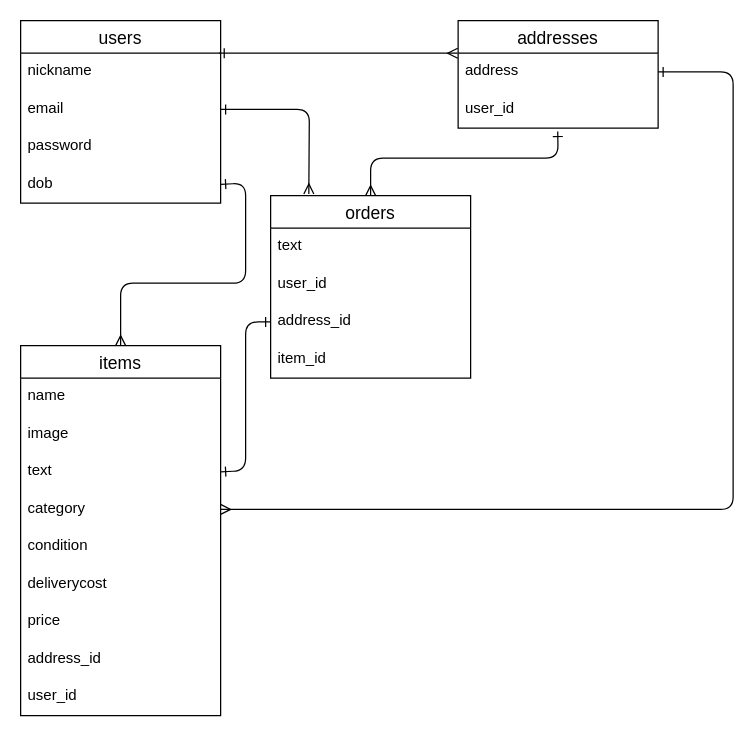
komachihashimoto/furima-_39946 keeps this draw.io diagram as furima.dio. Above is the earlier version. Source tidied: cells renumbered, new cells numbered last; positions are measured from the earlier drawing's top-left corner, leaving out a move shared by most shapes. Both pictures are drawn from the tidied source at 125%, with x=0, y=0 at pixel (20, 20).
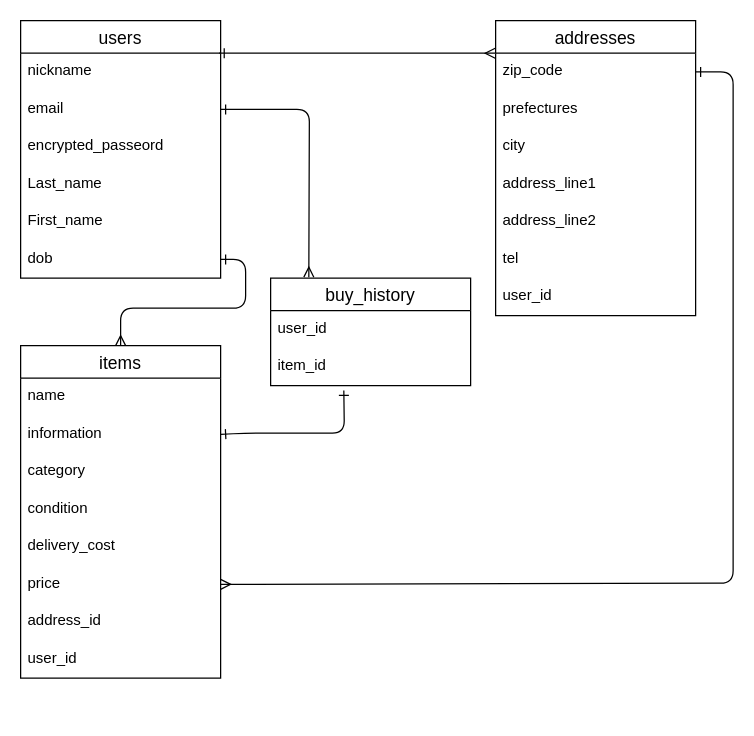
After the change.

Commit message (it also covers changes not shown here):
db設計の修正1

Diff of the diagram source:
```diff
@@
     <mxCell id="2" value="users" style="swimlane;fontStyle=0;horizontal=1;startSize=26;align=center;fontSize=14;" parent="1" vertex="1">
-      <mxGeometry width="160" height="146" as="geometry" />
+      <mxGeometry width="160" height="206" as="geometry" />
     </mxCell>
@@
-    <mxCell id="5" value="password" style="text;strokeColor=none;fillColor=none;spacingLeft=4;spacingRight=4;overflow=hidden;fontSize=12;" parent="2" vertex="1">
+    <mxCell id="5" value="encrypted_passeord" style="text;strokeColor=none;fillColor=none;spacingLeft=4;spacingRight=4;overflow=hidden;fontSize=12;" parent="2" vertex="1">
       <mxGeometry y="86" width="160" height="30" as="geometry" />
     </mxCell>
+    <mxCell id="31" value="Last_name" style="text;strokeColor=none;fillColor=none;spacingLeft=4;spacingRight=4;overflow=hidden;fontSize=12;" parent="2" vertex="1">
+      <mxGeometry y="116" width="160" height="30" as="geometry" />
+    </mxCell>
+    <mxCell id="32" value="First_name" style="text;strokeColor=none;fillColor=none;spacingLeft=4;spacingRight=4;overflow=hidden;fontSize=12;" parent="2" vertex="1">
+      <mxGeometry y="146" width="160" height="30" as="geometry" />
+    </mxCell>
     <mxCell id="6" value="dob" style="text;strokeColor=none;fillColor=none;spacingLeft=4;spacingRight=4;overflow=hidden;points=[[0,0.5],[1,0.5]];portConstraint=eastwest;fontSize=12;" parent="2" vertex="1">
-      <mxGeometry y="116" width="160" height="30" as="geometry" />
+      <mxGeometry y="176" width="160" height="30" as="geometry" />
     </mxCell>
     <mxCell id="7" value="items" style="swimlane;fontStyle=0;horizontal=1;startSize=26;align=center;fontSize=14;" parent="1" vertex="1">
-      <mxGeometry y="260" width="160" height="296" as="geometry" />
+      <mxGeometry y="260" width="160" height="266" as="geometry" />
     </mxCell>
@@
-    <mxCell id="9" value="image" style="text;strokeColor=none;fillColor=none;spacingLeft=4;spacingRight=4;overflow=hidden;fontSize=12;" parent="7" vertex="1">
-      <mxGeometry y="56" width="160" height="30" as="geometry" />
-    </mxCell>
-    <mxCell id="10" value="text" style="text;strokeColor=none;fillColor=none;spacingLeft=4;spacingRight=4;overflow=hidden;points=[[0,0.5],[1,0.5]];portConstraint=eastwest;fontSize=12;" parent="7" vertex="1">
-      <mxGeometry y="86" width="160" height="30" as="geometry" />
+    <mxCell id="10" value="information" style="text;strokeColor=none;fillColor=none;spacingLeft=4;spacingRight=4;overflow=hidden;points=[[0,0.5],[1,0.5]];portConstraint=eastwest;fontSize=12;" parent="7" vertex="1">
+      <mxGeometry y="56" width="160" height="30" as="geometry" />
     </mxCell>
     <mxCell id="11" value="category" style="text;strokeColor=none;fillColor=none;spacingLeft=4;spacingRight=4;overflow=hidden;points=[[0,0.5],[1,0.5]];portConstraint=eastwest;fontSize=12;" parent="7" vertex="1">
-      <mxGeometry y="116" width="160" height="30" as="geometry" />
+      <mxGeometry y="86" width="160" height="30" as="geometry" />
     </mxCell>
     <mxCell id="12" value="condition" style="text;strokeColor=none;fillColor=none;spacingLeft=4;spacingRight=4;overflow=hidden;fontSize=12;" parent="7" vertex="1">
-      <mxGeometry y="146" width="160" height="30" as="geometry" />
+      <mxGeometry y="116" width="160" height="30" as="geometry" />
     </mxCell>
-    <mxCell id="13" value="deliverycost" style="text;strokeColor=none;fillColor=none;spacingLeft=4;spacingRight=4;overflow=hidden;fontSize=12;" parent="7" vertex="1">
-      <mxGeometry y="176" width="160" height="30" as="geometry" />
+    <mxCell id="13" value="delivery_cost" style="text;strokeColor=none;fillColor=none;spacingLeft=4;spacingRight=4;overflow=hidden;fontSize=12;" parent="7" vertex="1">
+      <mxGeometry y="146" width="160" height="30" as="geometry" />
     </mxCell>
     <mxCell id="14" value="price" style="text;strokeColor=none;fillColor=none;spacingLeft=4;spacingRight=4;overflow=hidden;points=[[0,0.5],[1,0.5]];portConstraint=eastwest;fontSize=12;" parent="7" vertex="1">
-      <mxGeometry y="206" width="160" height="30" as="geometry" />
+      <mxGeometry y="176" width="160" height="30" as="geometry" />
     </mxCell>
     <mxCell id="15" value="address_id" style="text;strokeColor=none;fillColor=none;spacingLeft=4;spacingRight=4;overflow=hidden;fontSize=12;" parent="7" vertex="1">
-      <mxGeometry y="236" width="160" height="30" as="geometry" />
+      <mxGeometry y="206" width="160" height="30" as="geometry" />
     </mxCell>
     <mxCell id="16" value="user_id" style="text;strokeColor=none;fillColor=none;spacingLeft=4;spacingRight=4;overflow=hidden;fontSize=12;" parent="7" vertex="1">
-      <mxGeometry y="266" width="160" height="30" as="geometry" />
+      <mxGeometry y="236" width="160" height="30" as="geometry" />
     </mxCell>
-    <mxCell id="17" value="orders" style="swimlane;fontStyle=0;horizontal=1;startSize=26;align=center;fontSize=14;" parent="1" vertex="1">
-      <mxGeometry x="200" y="140" width="160" height="146" as="geometry" />
+    <mxCell id="17" value="buy_history" style="swimlane;fontStyle=0;horizontal=1;startSize=26;align=center;fontSize=14;" parent="1" vertex="1">
+      <mxGeometry x="200" y="206" width="160" height="86" as="geometry" />
     </mxCell>
-    <mxCell id="18" value="text" style="text;strokeColor=none;fillColor=none;spacingLeft=4;spacingRight=4;overflow=hidden;fontSize=12;" parent="17" vertex="1">
-      <mxGeometry y="26" width="160" height="30" as="geometry" />
-    </mxCell>
     <mxCell id="19" value="user_id" style="text;strokeColor=none;fillColor=none;spacingLeft=4;spacingRight=4;overflow=hidden;fontSize=12;" parent="17" vertex="1">
-      <mxGeometry y="56" width="160" height="30" as="geometry" />
+      <mxGeometry y="26" width="160" height="30" as="geometry" />
     </mxCell>
-    <mxCell id="20" value="address_id" style="text;strokeColor=none;fillColor=none;spacingLeft=4;spacingRight=4;overflow=hidden;points=[[0,0.5],[1,0.5]];portConstraint=eastwest;fontSize=12;" parent="17" vertex="1">
-      <mxGeometry y="86" width="160" height="30" as="geometry" />
-    </mxCell>
     <mxCell id="21" value="item_id" style="text;strokeColor=none;fillColor=none;spacingLeft=4;spacingRight=4;overflow=hidden;points=[[0,0.5],[1,0.5]];portConstraint=eastwest;fontSize=12;" parent="17" vertex="1">
-      <mxGeometry y="116" width="160" height="30" as="geometry" />
+      <mxGeometry y="56" width="160" height="30" as="geometry" />
     </mxCell>
     <mxCell id="22" value="addresses" style="swimlane;fontStyle=0;horizontal=1;startSize=26;align=center;fontSize=14;" parent="1" vertex="1">
-      <mxGeometry x="350" width="160" height="86" as="geometry" />
+      <mxGeometry x="380" width="160" height="236" as="geometry" />
     </mxCell>
-    <mxCell id="23" value="address" style="text;strokeColor=none;fillColor=none;spacingLeft=4;spacingRight=4;overflow=hidden;points=[[0,0.5],[1,0.5]];portConstraint=eastwest;fontSize=12;" parent="22" vertex="1">
+    <mxCell id="23" value="zip_code" style="text;strokeColor=none;fillColor=none;spacingLeft=4;spacingRight=4;overflow=hidden;points=[[0,0.5],[1,0.5]];portConstraint=eastwest;fontSize=12;" parent="22" vertex="1">
       <mxGeometry y="26" width="160" height="30" as="geometry" />
     </mxCell>
+    <mxCell id="33" value="prefectures" style="text;strokeColor=none;fillColor=none;spacingLeft=4;spacingRight=4;overflow=hidden;fontSize=12;" parent="22" vertex="1">
+      <mxGeometry y="56" width="160" height="30" as="geometry" />
+    </mxCell>
+    <mxCell id="34" value="city" style="text;strokeColor=none;fillColor=none;spacingLeft=4;spacingRight=4;overflow=hidden;fontSize=12;" parent="22" vertex="1">
+      <mxGeometry y="86" width="160" height="30" as="geometry" />
+    </mxCell>
+    <mxCell id="35" value="address_line1" style="text;strokeColor=none;fillColor=none;spacingLeft=4;spacingRight=4;overflow=hidden;fontSize=12;" parent="22" vertex="1">
+      <mxGeometry y="116" width="160" height="30" as="geometry" />
+    </mxCell>
+    <mxCell id="36" value="address_line2" style="text;strokeColor=none;fillColor=none;spacingLeft=4;spacingRight=4;overflow=hidden;fontSize=12;" parent="22" vertex="1">
+      <mxGeometry y="146" width="160" height="30" as="geometry" />
+    </mxCell>
+    <mxCell id="37" value="tel" style="text;strokeColor=none;fillColor=none;spacingLeft=4;spacingRight=4;overflow=hidden;fontSize=12;" parent="22" vertex="1">
+      <mxGeometry y="176" width="160" height="30" as="geometry" />
+    </mxCell>
     <mxCell id="24" value="user_id" style="text;strokeColor=none;fillColor=none;spacingLeft=4;spacingRight=4;overflow=hidden;points=[[0,0.5],[1,0.5]];portConstraint=eastwest;fontSize=12;" parent="22" vertex="1">
-      <mxGeometry y="56" width="160" height="30" as="geometry" />
+      <mxGeometry y="206" width="160" height="30" as="geometry" />
     </mxCell>
@@
-    <mxCell id="26" style="edgeStyle=none;html=1;exitX=1;exitY=0.5;exitDx=0;exitDy=0;startArrow=ERone;startFill=0;endArrow=ERone;endFill=0;entryX=0;entryY=0.5;entryDx=0;entryDy=0;" parent="1" edge="1" source="10" target="20">
+    <mxCell id="26" style="edgeStyle=none;html=1;exitX=1;exitY=0.5;exitDx=0;exitDy=0;startArrow=ERone;startFill=0;endArrow=ERone;endFill=0;entryX=0.366;entryY=1.128;entryDx=0;entryDy=0;entryPerimeter=0;" parent="1" edge="1" source="10" target="21">
       <mxGeometry relative="1" as="geometry">
         <Array as="points">
-          <mxPoint x="180" y="360" />
-          <mxPoint x="180" y="300" />
-          <mxPoint x="180" y="241" />
+          <mxPoint x="180" y="330" />
+          <mxPoint x="230" y="330" />
+          <mxPoint x="259" y="330" />
         </Array>
       </mxGeometry>
     </mxCell>
-    <mxCell id="27" style="edgeStyle=none;html=1;exitX=0.498;exitY=1.092;exitDx=0;exitDy=0;entryX=0.5;entryY=0;entryDx=0;entryDy=0;startArrow=ERone;startFill=0;endArrow=ERmany;endFill=0;exitPerimeter=0;" parent="1" edge="1" source="24" target="17">
-      <mxGeometry relative="1" as="geometry">
-        <Array as="points">
-          <mxPoint x="430" y="110" />
-          <mxPoint x="360" y="110" />
-          <mxPoint x="280" y="110" />
-        </Array>
-      </mxGeometry>
-    </mxCell>
@@
-    <mxCell id="29" style="edgeStyle=none;html=1;exitX=1;exitY=0.5;exitDx=0;exitDy=0;entryX=1;entryY=0.5;entryDx=0;entryDy=0;startArrow=ERone;startFill=0;endArrow=ERmany;endFill=0;" parent="1" edge="1" source="23" target="11">
+    <mxCell id="29" style="edgeStyle=none;html=1;exitX=1;exitY=0.5;exitDx=0;exitDy=0;entryX=1;entryY=0.5;entryDx=0;entryDy=0;startArrow=ERone;startFill=0;endArrow=ERmany;endFill=0;" parent="1" edge="1" source="23" target="14">
       <mxGeometry relative="1" as="geometry">
         <Array as="points">
           <mxPoint x="570" y="41" />
-          <mxPoint x="570" y="391" />
+          <mxPoint x="570" y="450" />
         </Array>
       </mxGeometry>
     </mxCell>
     <mxCell id="30" style="edgeStyle=none;html=1;exitX=1;exitY=0.5;exitDx=0;exitDy=0;entryX=0.5;entryY=0;entryDx=0;entryDy=0;startArrow=ERone;startFill=0;endArrow=ERmany;endFill=0;" parent="1" edge="1" source="6" target="7">
       <mxGeometry relative="1" as="geometry">
         <Array as="points">
-          <mxPoint x="180" y="130" />
-          <mxPoint x="180" y="210" />
-          <mxPoint x="80" y="210" />
+          <mxPoint x="180" y="191" />
+          <mxPoint x="180" y="230" />
+          <mxPoint x="80" y="230" />
         </Array>
       </mxGeometry>
     </mxCell>
```
